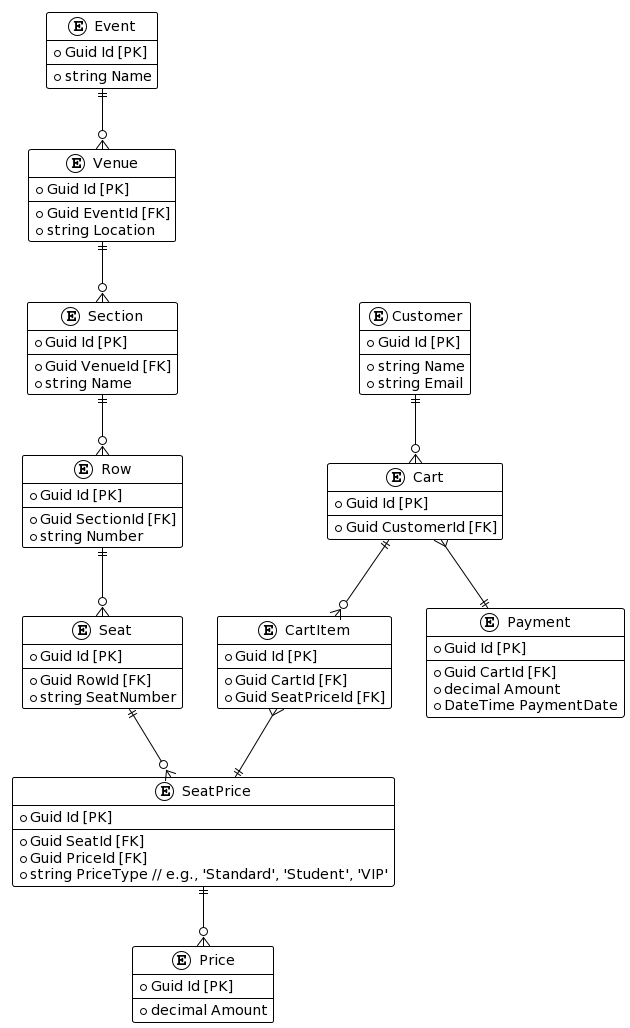
Earlier version of the PlantUML export Diagrams/entity_relationship_diagram.png (evilsquirr3l/ticketing).
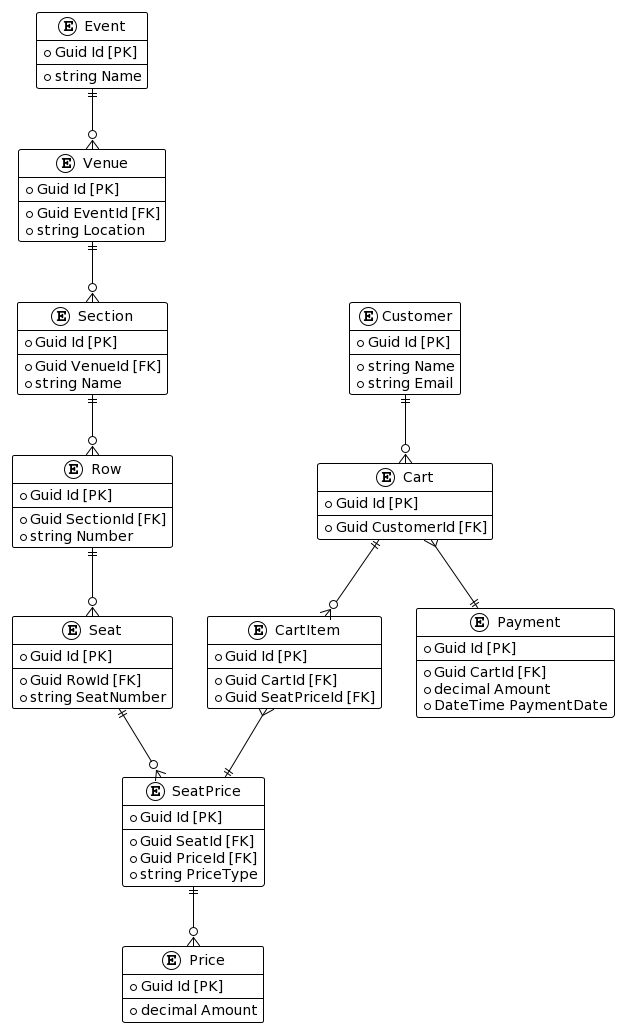
Above is the later version.

Diff of the diagram source:
```diff
@@ -40,7 +40,7 @@
   --
   + Guid SeatId [FK]
   + Guid PriceId [FK]
-  + string PriceType // e.g., 'Standard', 'Student', 'VIP'
+  + string PriceType
 }
 
 entity Price {
```
